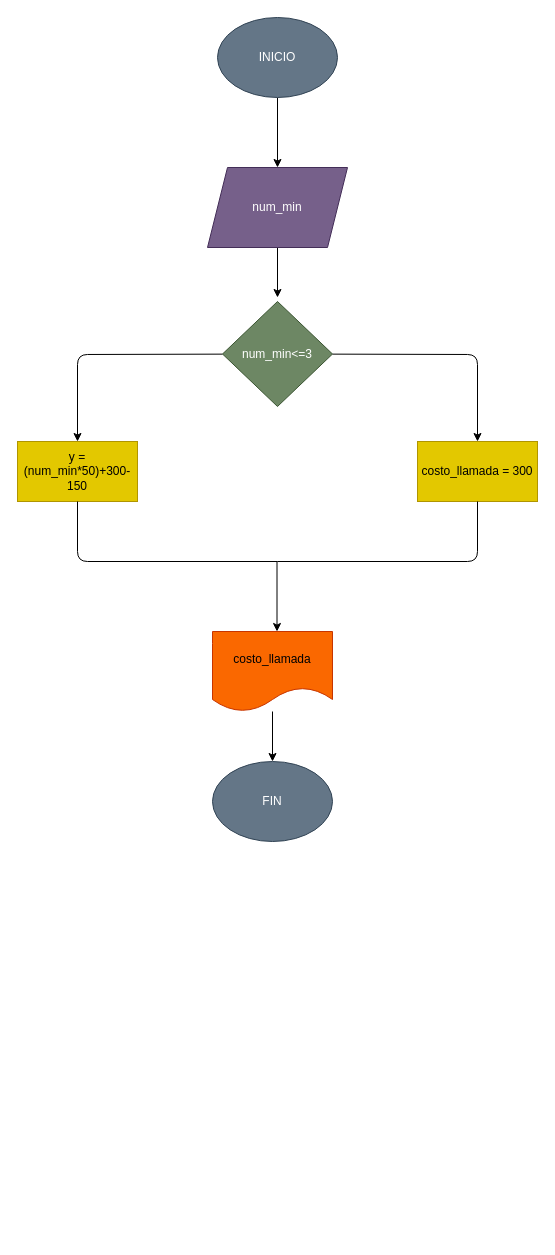
Above: diagrama.drawio in fsadriann/llamada_telefonica (draw.io), before the change. Source tidied: cells renumbered, new cells numbered last; positions are measured from the earlier drawing's top-left corner, leaving out a move shared by most shapes. Both pictures are drawn from the tidied source at 100%, with x=0, y=0 at pixel (17, 17).
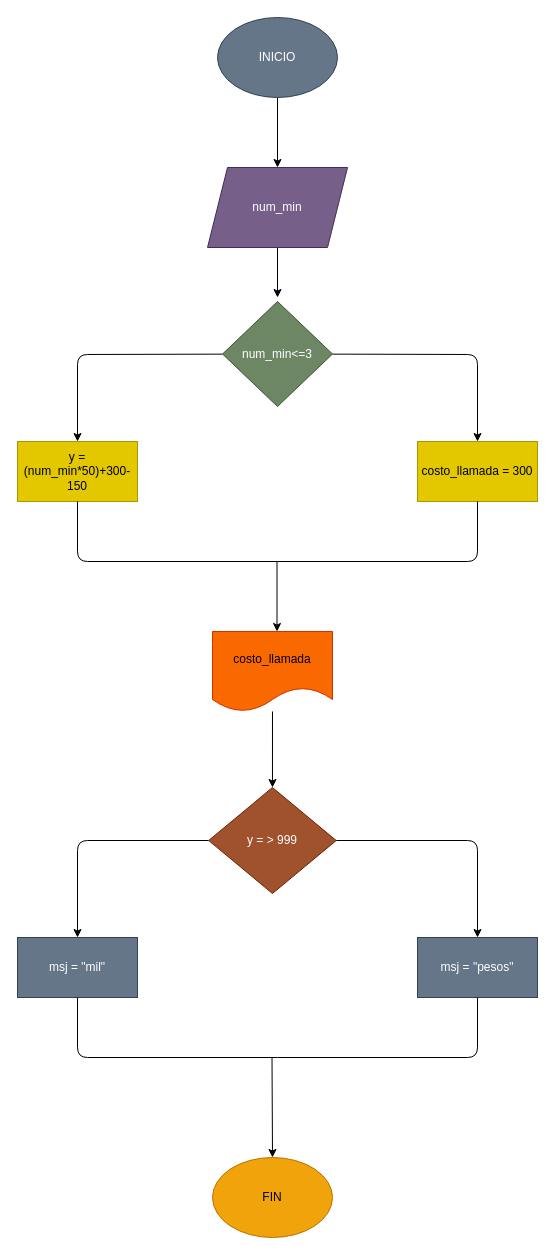
The same page after the edit.

Commit message (it also covers changes not shown here):
se creó el programa python y se añadió el diagrama de flujo al README

Unchanged cells that the change refers to:
```xml
<mxCell id="15" value="costo_llamada" style="shape=document;whiteSpace=wrap;html=1;boundedLbl=1;fillColor=#fa6800;fontColor=#000000;strokeColor=#C73500;" parent="1" vertex="1">
  <mxGeometry x="195" y="614" width="120" height="80" as="geometry" />
</mxCell>
```

Diff of the diagram source:
```diff
@@
-    <mxCell id="14" style="edgeStyle=none;html=1;" parent="1" edge="1" source="15" target="16">
-      <mxGeometry relative="1" as="geometry" />
-    </mxCell>
+    <mxCell id="17" style="edgeStyle=none;html=1;" parent="1" edge="1" source="15" target="20">
+      <mxGeometry relative="1" as="geometry" />
+    </mxCell>
@@
-    <mxCell id="16" value="FIN" style="ellipse;whiteSpace=wrap;html=1;fillColor=#647687;fontColor=#ffffff;strokeColor=#314354;" parent="1" vertex="1">
-      <mxGeometry x="195" y="744" width="120" height="80" as="geometry" />
+    <mxCell id="16" value="FIN" style="ellipse;whiteSpace=wrap;html=1;fillColor=#f0a30a;fontColor=#000000;strokeColor=#BD7000;" parent="1" vertex="1">
+      <mxGeometry x="195" y="1140" width="120" height="80" as="geometry" />
     </mxCell>
+    <mxCell id="18" style="edgeStyle=none;html=1;" parent="1" edge="1" source="20">
+      <mxGeometry relative="1" as="geometry">
+        <mxPoint x="460" y="920" as="targetPoint" />
+        <Array as="points">
+          <mxPoint x="460" y="823" />
+        </Array>
+      </mxGeometry>
+    </mxCell>
+    <mxCell id="19" style="edgeStyle=none;html=1;" parent="1" edge="1" source="20">
+      <mxGeometry relative="1" as="geometry">
+        <mxPoint x="60" y="920" as="targetPoint" />
+        <Array as="points">
+          <mxPoint x="60" y="823" />
+        </Array>
+      </mxGeometry>
+    </mxCell>
+    <mxCell id="20" value="y = &amp;gt; 999" style="rhombus;whiteSpace=wrap;html=1;fillColor=#a0522d;strokeColor=#6D1F00;fontColor=#ffffff;" parent="1" vertex="1">
+      <mxGeometry x="191.2" y="770" width="127.5" height="106" as="geometry" />
+    </mxCell>
+    <mxCell id="21" value="msj = &quot;mil&quot;" style="rounded=0;whiteSpace=wrap;html=1;fillColor=#647687;fontColor=#ffffff;strokeColor=#314354;" parent="1" vertex="1">
+      <mxGeometry y="920" width="120" height="60" as="geometry" />
+    </mxCell>
+    <mxCell id="22" value="msj = &quot;pesos&quot;" style="rounded=0;whiteSpace=wrap;html=1;fillColor=#647687;fontColor=#ffffff;strokeColor=#314354;" parent="1" vertex="1">
+      <mxGeometry x="400" y="920" width="120" height="60" as="geometry" />
+    </mxCell>
+    <mxCell id="23" style="endArrow=none;html=1;" parent="1" edge="1">
+      <mxGeometry relative="1" as="geometry">
+        <mxPoint x="260" y="1040" as="sourcePoint" />
+        <mxPoint x="60" y="980" as="targetPoint" />
+        <Array as="points">
+          <mxPoint x="60" y="1040" />
+        </Array>
+      </mxGeometry>
+    </mxCell>
+    <mxCell id="24" style="endArrow=none;html=1;" parent="1" edge="1">
+      <mxGeometry relative="1" as="geometry">
+        <mxPoint x="260" y="1040" as="sourcePoint" />
+        <mxPoint x="460" y="980" as="targetPoint" />
+        <Array as="points">
+          <mxPoint x="460" y="1040" />
+        </Array>
+      </mxGeometry>
+    </mxCell>
+    <mxCell id="25" style="endArrow=classic;html=1;entryX=0.5;entryY=0;entryDx=0;entryDy=0;" parent="1" edge="1" target="16">
+      <mxGeometry relative="1" as="geometry">
+        <mxPoint x="254.5" y="1040" as="sourcePoint" />
+      </mxGeometry>
+    </mxCell>
```
